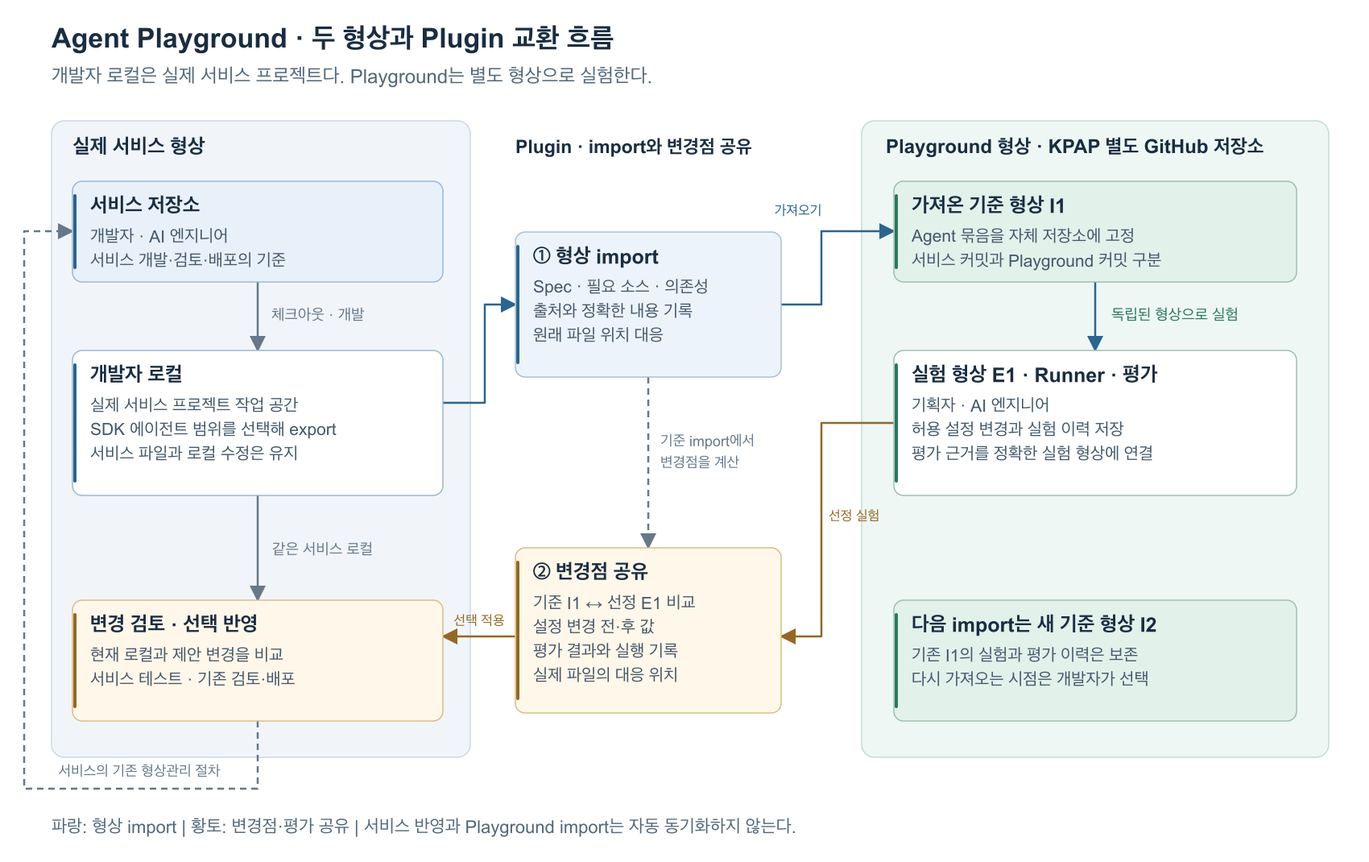
Earlier version of the Mermaid export AI에이전트/agentic platform/diagrams/agent-playground-lifecycle.png (bakpark/CSE-Summary). Its source is kept beside it as AI에이전트/agentic platform/diagrams/agent-playground-lifecycle.mmd. Its diagram source:
```mermaid
flowchart LR
    subgraph S[실제 서비스 형상]
        direction TB
        G[서비스 저장소]
        L[개발자 로컬<br/>실제 서비스 프로젝트]
        A[변경 검토 · 선택 반영<br/>서비스 테스트 · 기존 검토·배포]
        G -->|체크아웃과 개발| L
        L -->|같은 로컬 유지| A
        A -.->|기존 형상관리| G
    end
    I[Plugin 형상 import<br/>Spec · 필요 소스 · 고정 의존성<br/>출처와 파일 대응 기록]
    D[Plugin 변경점 공유<br/>기준 I1과 선정 E1의 차이<br/>변경 전후 값 · 평가 근거]
    subgraph P[Playground 형상 · KPAP 별도 GitHub 저장소]
        direction TB
        B[가져온 기준 형상 I1]
        E[실험 형상 E1<br/>기획자 · AI 엔지니어<br/>Runner와 평가]
        N[다음 import는 새 기준 I2<br/>기존 실험과 이력 보존]
        B -->|독립 형상으로 실험| E
    end
    L --> I
    I --> B
    I -.->|기준 import| D
    E -->|선정 실험| D
    D -->|현재 로컬에서 검토와 선택 적용| A
```
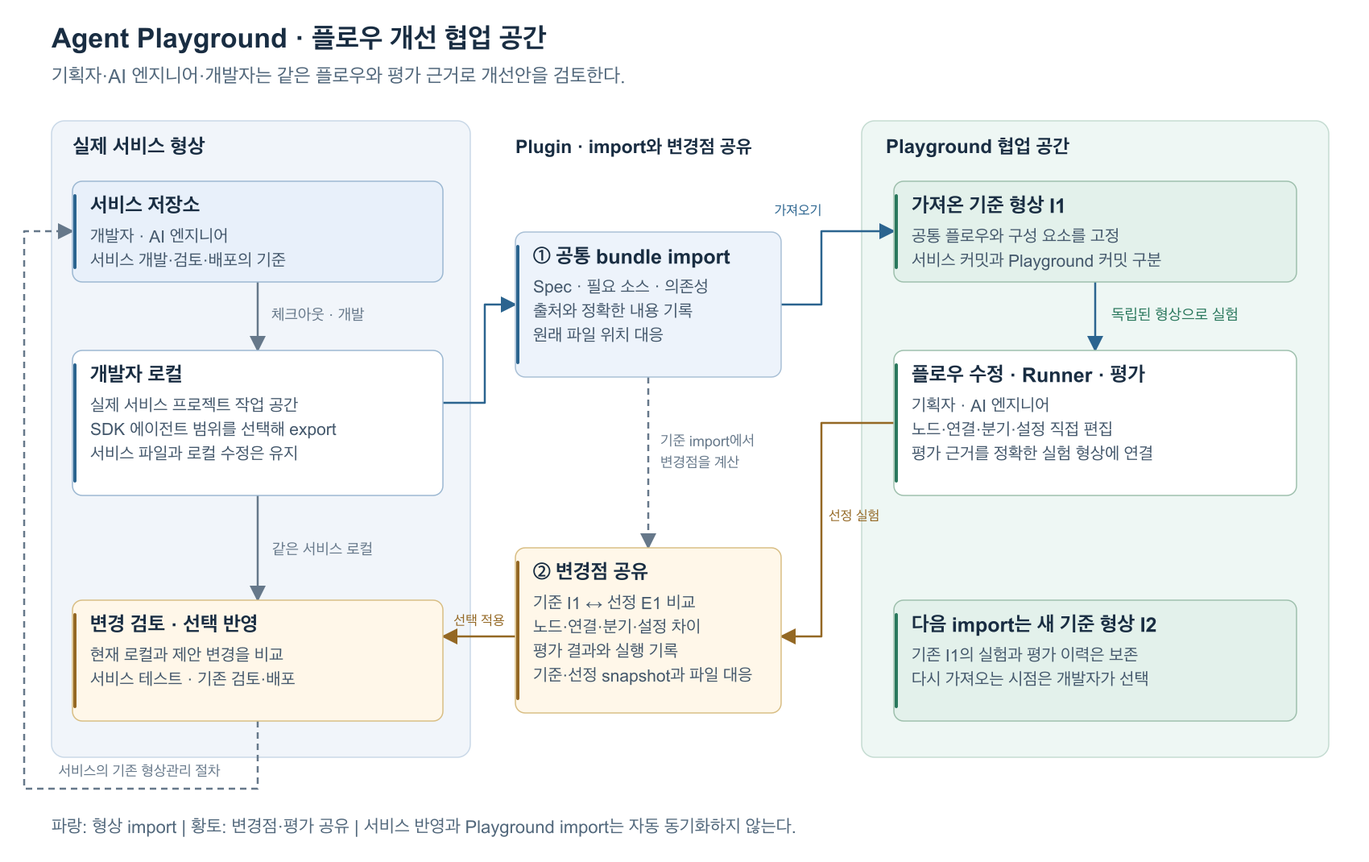
After the change.

The edit, as a diff of the source:
```diff
@@ -8,12 +8,12 @@
         L -->|같은 로컬 유지| A
         A -.->|기존 형상관리| G
     end
-    I[Plugin 형상 import<br/>Spec · 필요 소스 · 고정 의존성<br/>출처와 파일 대응 기록]
-    D[Plugin 변경점 공유<br/>기준 I1과 선정 E1의 차이<br/>변경 전후 값 · 평가 근거]
-    subgraph P[Playground 형상 · KPAP 별도 GitHub 저장소]
+    I[Plugin 공통 bundle import<br/>Spec · 필요 소스 · 고정 의존성<br/>출처와 파일 대응 기록]
+    D[Plugin 변경점 공유<br/>기준 I1과 선정 E1의 차이<br/>기준·선정 snapshot<br/>흐름·설정 차이 · 평가 근거]
+    subgraph P[Playground 협업 공간]
         direction TB
         B[가져온 기준 형상 I1]
-        E[실험 형상 E1<br/>기획자 · AI 엔지니어<br/>Runner와 평가]
+        E[실험 형상 E1<br/>기획자 · AI 엔지니어<br/>노드·연결·분기 편집<br/>Runner와 평가]
         N[다음 import는 새 기준 I2<br/>기존 실험과 이력 보존]
         B -->|독립 형상으로 실험| E
     end
```
